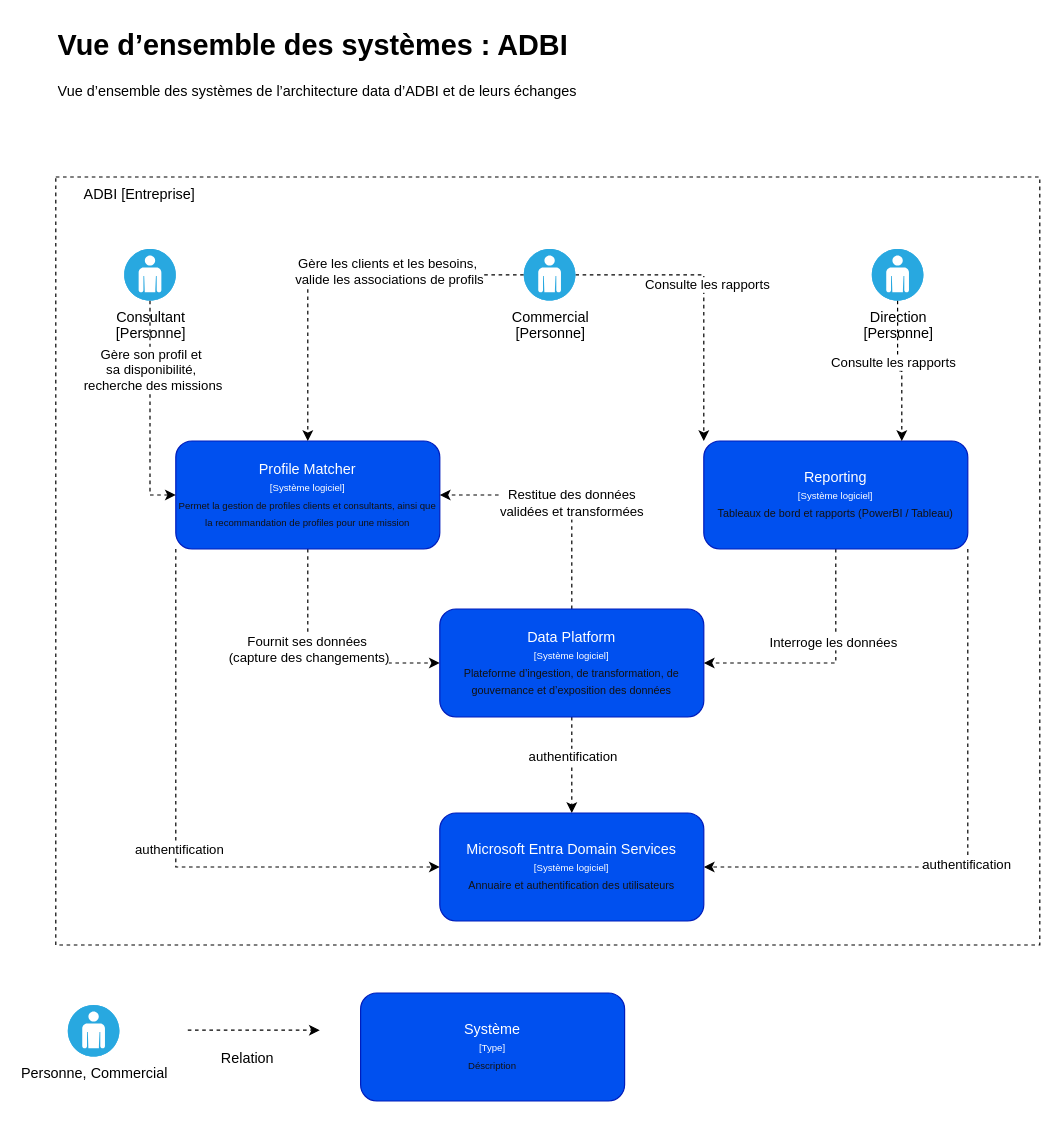
Above: page "Vue d’ensemble des systèmes : ADBI" (2 of 4) of Architecture ADBI C4.drawio in Modern-Data-Journey/dia-architecture (draw.io), before the change. Source tidied: cells renumbered, new cells numbered last; positions are measured from the earlier drawing's top-left corner, leaving out a move shared by most shapes. Both pictures are drawn from the tidied source at 120%, with x=0, y=0 at pixel (55, 20).
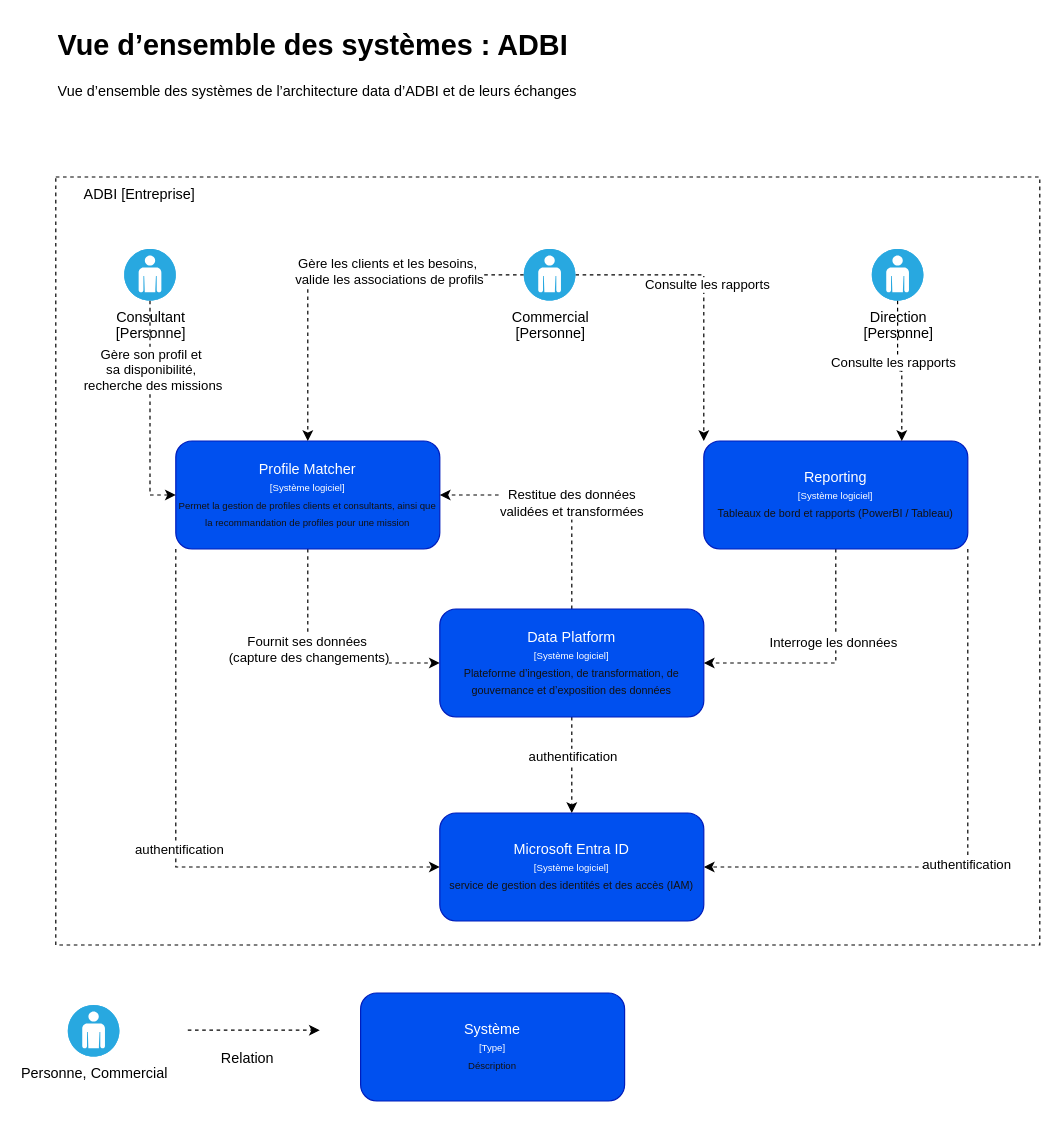
The same diagram, later.

What changed in the source:
```diff
@@
-    <mxCell id="19" value="Microsoft Entra Domain Services&lt;div&gt;&lt;span style=&quot;font-size: 8px; white-space: nowrap; color: light-dark(rgb(255, 255, 255), rgb(255, 255, 255));&quot;&gt;[Système logiciel]&lt;/span&gt;&lt;span style=&quot;color: light-dark(rgb(255, 255, 255), rgb(255, 255, 255));&quot;&gt;&lt;br&gt;&lt;/span&gt;&lt;div style=&quot;color: rgb(18, 18, 18);&quot;&gt;&lt;font style=&quot;font-size: 9px;&quot;&gt;Annuaire et authentification des utilisateurs&lt;/font&gt;&lt;/div&gt;&lt;/div&gt;" style="rounded=1;whiteSpace=wrap;html=1;roundedPerimeter=1;fillColor=#0050ef;fontColor=#ffffff;strokeColor=#001DBC;" parent="1" vertex="1">
+    <mxCell id="19" value="Microsoft Entra ID&lt;div&gt;&lt;span style=&quot;font-size: 8px; white-space: nowrap; color: light-dark(rgb(255, 255, 255), rgb(255, 255, 255));&quot;&gt;[Système logiciel]&lt;/span&gt;&lt;span style=&quot;color: light-dark(rgb(255, 255, 255), rgb(255, 255, 255));&quot;&gt;&lt;br&gt;&lt;/span&gt;&lt;div style=&quot;color: rgb(18, 18, 18);&quot;&gt;&lt;font style=&quot;font-size: 9px;&quot;&gt;service de gestion des identités et des accès (IAM)&lt;/font&gt;&lt;/div&gt;&lt;/div&gt;" style="rounded=1;whiteSpace=wrap;html=1;roundedPerimeter=1;fillColor=#0050ef;fontColor=#ffffff;strokeColor=#001DBC;" parent="1" vertex="1">
       <mxGeometry x="320" y="660" width="220" height="90" as="geometry" />
     </mxCell>
```
